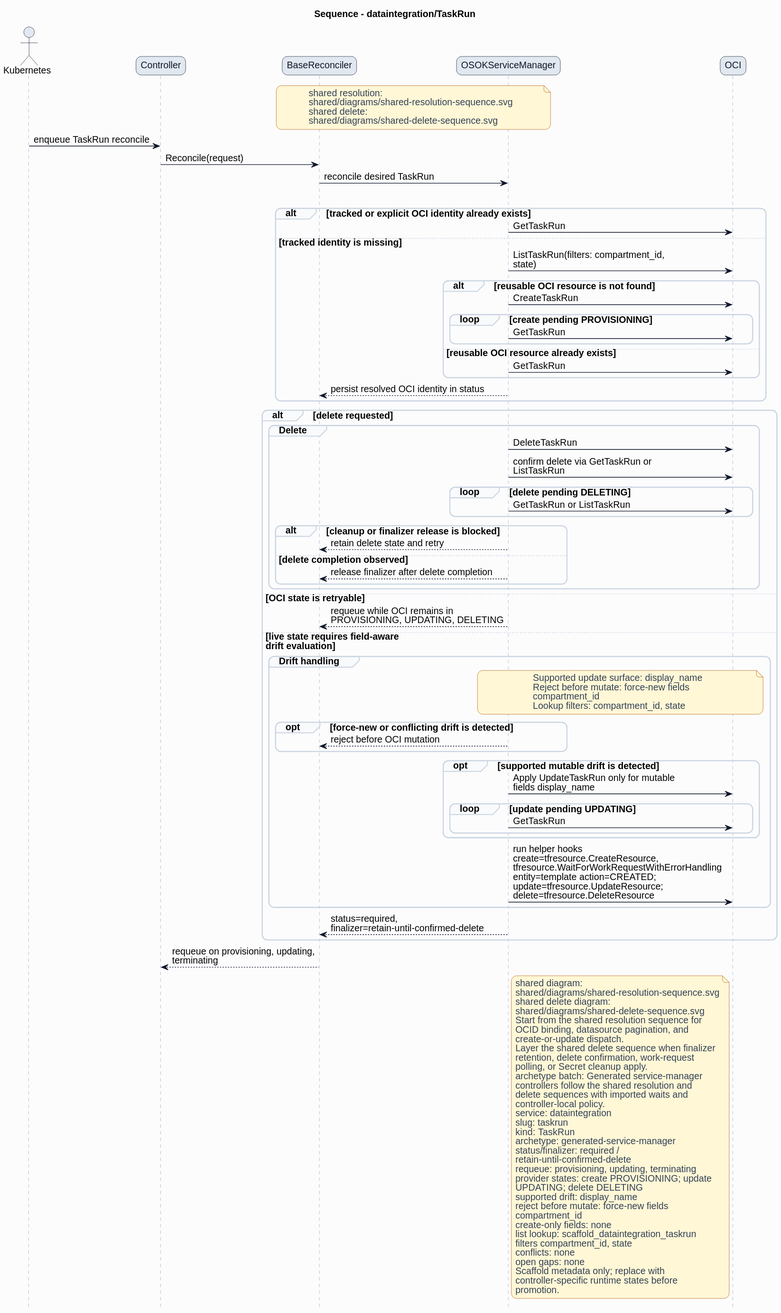
The PlantUML diagram formal/controllers/dataintegration/taskrun/diagrams/sequence.svg in HaoyL666/oci-service-operator, before a commit.
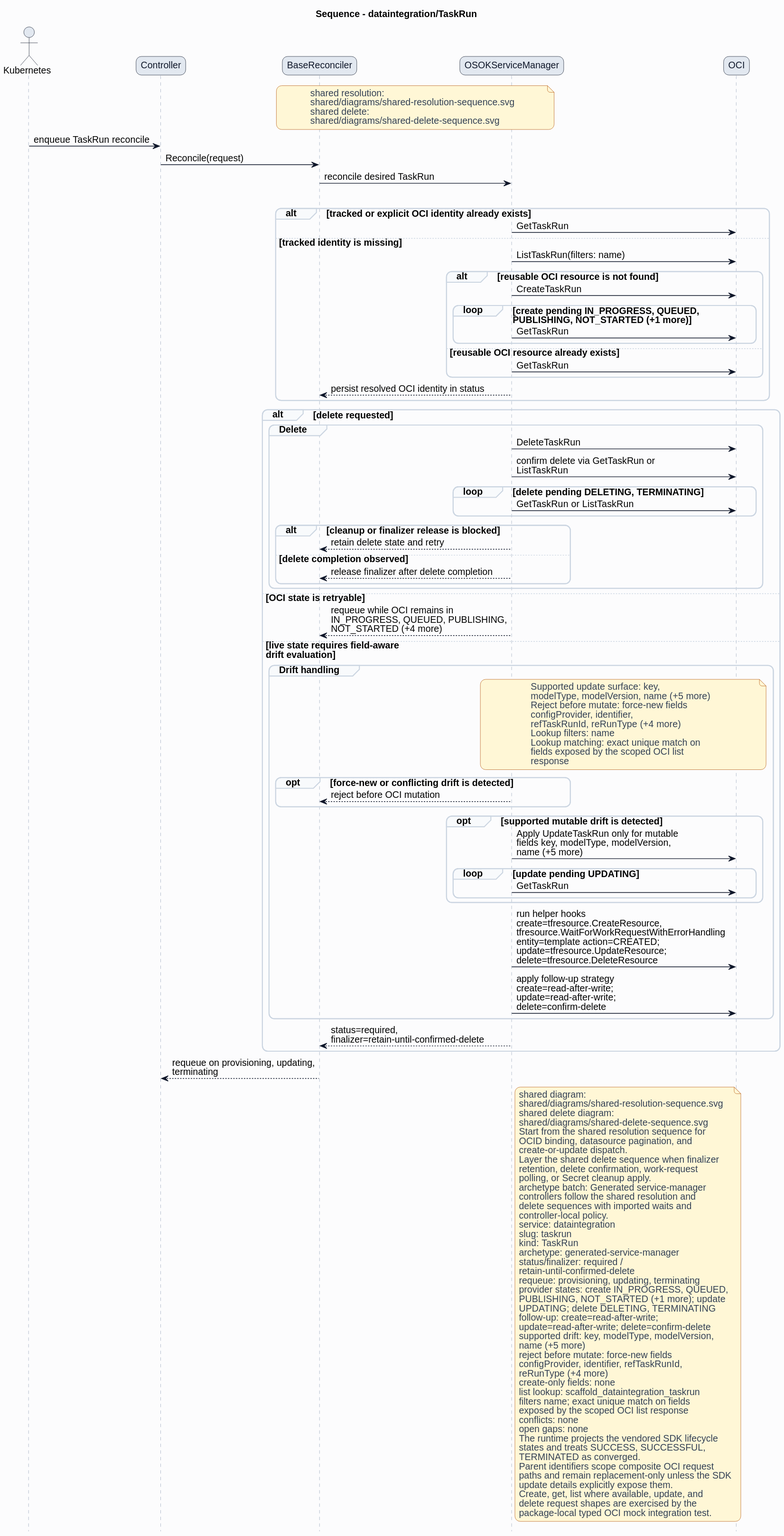
Later version of the same file.

Diff of the diagram source:
```diff
@@ -38,10 +38,10 @@
 alt tracked or explicit OCI identity already exists
 ServiceManager -> OCI: GetTaskRun
 else tracked identity is missing
-ServiceManager -> OCI: ListTaskRun(filters: compartment_id,\nstate)
+ServiceManager -> OCI: ListTaskRun(filters: name)
 alt reusable OCI resource is not found
 ServiceManager -> OCI: CreateTaskRun
-loop create pending PROVISIONING
+loop create pending IN_PROGRESS, QUEUED,\nPUBLISHING, NOT_STARTED (+1 more)
 ServiceManager -> OCI: GetTaskRun
 end
 else reusable OCI resource already exists
@@ -53,7 +53,7 @@
 group Delete
 ServiceManager -> OCI: DeleteTaskRun
 ServiceManager -> OCI: confirm delete via GetTaskRun or\nListTaskRun
-loop delete pending DELETING
+loop delete pending DELETING, TERMINATING
 ServiceManager -> OCI: GetTaskRun or ListTaskRun
 end
 alt cleanup or finalizer release is blocked
@@ -63,25 +63,31 @@
 end
 end
 else OCI state is retryable
-ServiceManager --> BaseReconciler: requeue while OCI remains in\nPROVISIONING, UPDATING, DELETING
+ServiceManager --> BaseReconciler: requeue while OCI remains in\nIN_PROGRESS, QUEUED, PUBLISHING,\nNOT_STARTED (+4 more)
 else live state requires field-aware\ndrift evaluation
 group Drift handling
 note over ServiceManager,OCI
-Supported update surface: display_name
+Supported update surface: key,
+modelType, modelVersion, name (+5 more)
 Reject before mutate: force-new fields
-compartment_id
-Lookup filters: compartment_id, state
+configProvider, identifier,
+refTaskRunId, reRunType (+4 more)
+Lookup filters: name
+Lookup matching: exact unique match on
+fields exposed by the scoped OCI list
+response
 end note
 opt force-new or conflicting drift is detected
 ServiceManager --> BaseReconciler: reject before OCI mutation
 end
 opt supported mutable drift is detected
-ServiceManager -> OCI: Apply UpdateTaskRun only for mutable\nfields display_name
+ServiceManager -> OCI: Apply UpdateTaskRun only for mutable\nfields key, modelType, modelVersion,\nname (+5 more)
 loop update pending UPDATING
 ServiceManager -> OCI: GetTaskRun
 end
 end
 ServiceManager -> OCI: run helper hooks\ncreate=tfresource.CreateResource,\ntfresource.WaitForWorkRequestWithErrorHandling\nentity=template action=CREATED;\nupdate=tfresource.UpdateResource;\ndelete=tfresource.DeleteResource
+ServiceManager -> OCI: apply follow-up strategy\ncreate=read-after-write;\nupdate=read-after-write;\ndelete=confirm-delete
 end
 ServiceManager --> BaseReconciler: status=required,\nfinalizer=retain-until-confirmed-delete
 end
@@ -108,18 +114,30 @@
 status/finalizer: required /
 retain-until-confirmed-delete
 requeue: provisioning, updating, terminating
-provider states: create PROVISIONING; update
-UPDATING; delete DELETING
-supported drift: display_name
+provider states: create IN_PROGRESS, QUEUED,
+PUBLISHING, NOT_STARTED (+1 more); update
+UPDATING; delete DELETING, TERMINATING
+follow-up: create=read-after-write;
+update=read-after-write; delete=confirm-delete
+supported drift: key, modelType, modelVersion,
+name (+5 more)
 reject before mutate: force-new fields
-compartment_id
+configProvider, identifier, refTaskRunId,
+reRunType (+4 more)
 create-only fields: none
 list lookup: scaffold_dataintegration_taskrun
-filters compartment_id, state
+filters name; exact unique match on fields
+exposed by the scoped OCI list response
 conflicts: none
 open gaps: none
-Scaffold metadata only; replace with
-controller-specific runtime states before
-promotion.
+The runtime projects the vendored SDK lifecycle
+states and treats SUCCESS, SUCCESSFUL,
+TERMINATED as converged.
+Parent identifiers scope composite OCI request
+paths and remain replacement-only unless the SDK
+update details explicitly expose them.
+Create, get, list where available, update, and
+delete request shapes are exercised by the
+package-local typed OCI mock integration test.
 end note
 @enduml
```
